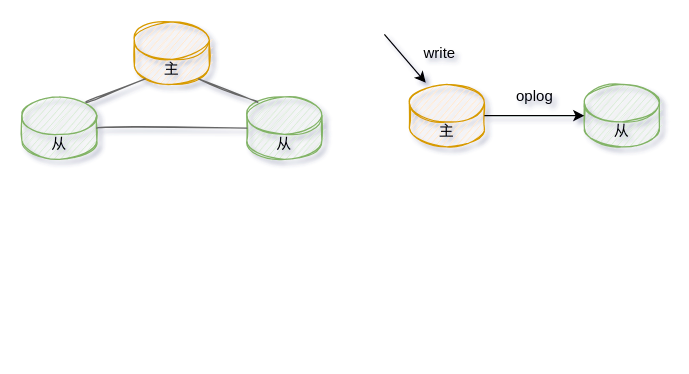
Above: diagrams/mongodb.drawio in TayeShi/Twinkle (draw.io), before the change. Source tidied: cells renumbered, new cells numbered last; positions are measured from the earlier drawing's top-left corner, leaving out a move shared by most shapes. Both pictures are drawn from the tidied source at 125%, with x=0, y=0 at pixel (21, 21).
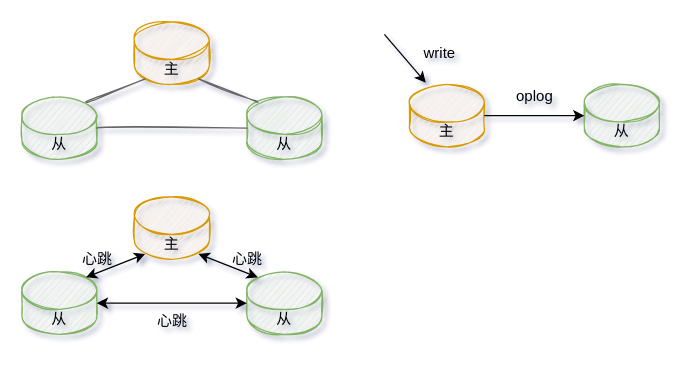
Above is the later version.

The edit, as a diff of the source:
```diff
@@
+    <mxCell id="15" value="主" style="shape=cylinder3;whiteSpace=wrap;html=1;boundedLbl=1;backgroundOutline=1;size=15;fillColor=#ffe6cc;strokeColor=#d79b00;sketch=1;rounded=1;" parent="1" vertex="1">
+      <mxGeometry x="90" y="140" width="60" height="50" as="geometry" />
+    </mxCell>
+    <mxCell id="16" value="从" style="shape=cylinder3;whiteSpace=wrap;html=1;boundedLbl=1;backgroundOutline=1;size=15;fillColor=#d5e8d4;strokeColor=#82b366;sketch=1;rounded=1;" parent="1" vertex="1">
+      <mxGeometry y="200" width="60" height="50" as="geometry" />
+    </mxCell>
+    <mxCell id="17" value="从" style="shape=cylinder3;whiteSpace=wrap;html=1;boundedLbl=1;backgroundOutline=1;size=15;fillColor=#d5e8d4;strokeColor=#82b366;sketch=1;rounded=1;" parent="1" vertex="1">
+      <mxGeometry x="180" y="200" width="60" height="50" as="geometry" />
+    </mxCell>
+    <mxCell id="18" style="edgeStyle=orthogonalEdgeStyle;curved=1;rounded=0;sketch=1;orthogonalLoop=1;jettySize=auto;html=1;exitX=0.5;exitY=1;exitDx=0;exitDy=0;exitPerimeter=0;" parent="1" edge="1" source="16" target="16">
+      <mxGeometry relative="1" as="geometry" />
+    </mxCell>
+    <mxCell id="19" style="endArrow=classic;startArrow=classic;html=1;entryX=0.145;entryY=1;entryDx=0;entryDy=-4.35;entryPerimeter=0;exitX=0.855;exitY=0;exitDx=0;exitDy=4.35;exitPerimeter=0;" parent="1" edge="1" source="16" target="15">
+      <mxGeometry relative="1" as="geometry" />
+    </mxCell>
+    <mxCell id="20" style="endArrow=classic;startArrow=classic;html=1;entryX=0.855;entryY=1;entryDx=0;entryDy=-4.35;entryPerimeter=0;exitX=0.145;exitY=0;exitDx=0;exitDy=4.35;exitPerimeter=0;" parent="1" edge="1" source="17" target="15">
+      <mxGeometry relative="1" as="geometry" />
+    </mxCell>
+    <mxCell id="21" style="endArrow=classic;startArrow=classic;html=1;entryX=0;entryY=0.5;entryDx=0;entryDy=0;entryPerimeter=0;exitX=1;exitY=0.5;exitDx=0;exitDy=0;exitPerimeter=0;" parent="1" edge="1" source="16" target="17">
+      <mxGeometry relative="1" as="geometry" />
+    </mxCell>
+    <mxCell id="22" value="心跳" style="text;html=1;align=center;verticalAlign=middle;strokeColor=none;" parent="1" vertex="1">
+      <mxGeometry x="40" y="180" width="40" height="20" as="geometry" />
+    </mxCell>
+    <mxCell id="23" value="心跳" style="text;html=1;align=center;verticalAlign=middle;strokeColor=none;" parent="1" vertex="1">
+      <mxGeometry x="160" y="180" width="40" height="20" as="geometry" />
+    </mxCell>
+    <mxCell id="24" value="心跳" style="text;html=1;align=center;verticalAlign=middle;strokeColor=none;" parent="1" vertex="1">
+      <mxGeometry x="100" y="230" width="40" height="20" as="geometry" />
+    </mxCell>
```
